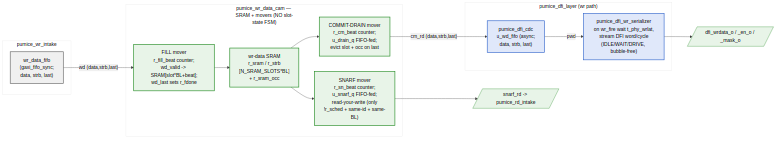
The Mermaid diagram projects/components/mem-ctrl-ip/research-ip/pumice-ddr2-lpddr2/docs/pumice_mas/assets/mermaid/15_wr_data_path_pipeline.png in sean-galloway/RTLDesignSherpa, before a commit. Its source is kept beside it as projects/components/mem-ctrl-ip/research-ip/pumice-ddr2-lpddr2/docs/pumice_mas/assets/mermaid/15_wr_data_path_pipeline.mmd.
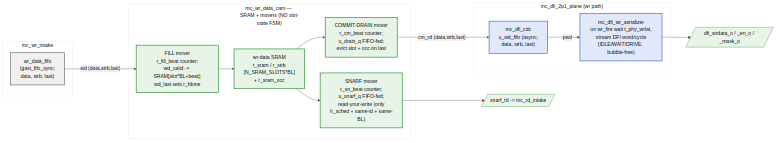
After the commit.

Diff of the diagram source:
```diff
@@ -11,7 +11,7 @@
         drain["COMMIT-DRAIN mover<br/>r_cm_beat counter;<br/>u_drain_q FIFO-fed;<br/>evict slot + occ on last"]
     end
 
-    subgraph DFI["mc_dfi_2p1_layer (wr path)"]
+    subgraph DFI["mc_dfi_2p1_plane (wr path)"]
         cdc["mc_dfi_cdc<br/>u_wd_fifo (async;<br/>data, strb, last)"]
         wr_ser["mc_dfi_wr_serializer<br/>on wr_fire wait t_phy_wrlat,<br/>stream DFI word/cycle<br/>(IDLE/WAIT/DRIVE, bubble-free)"]
     end
```
